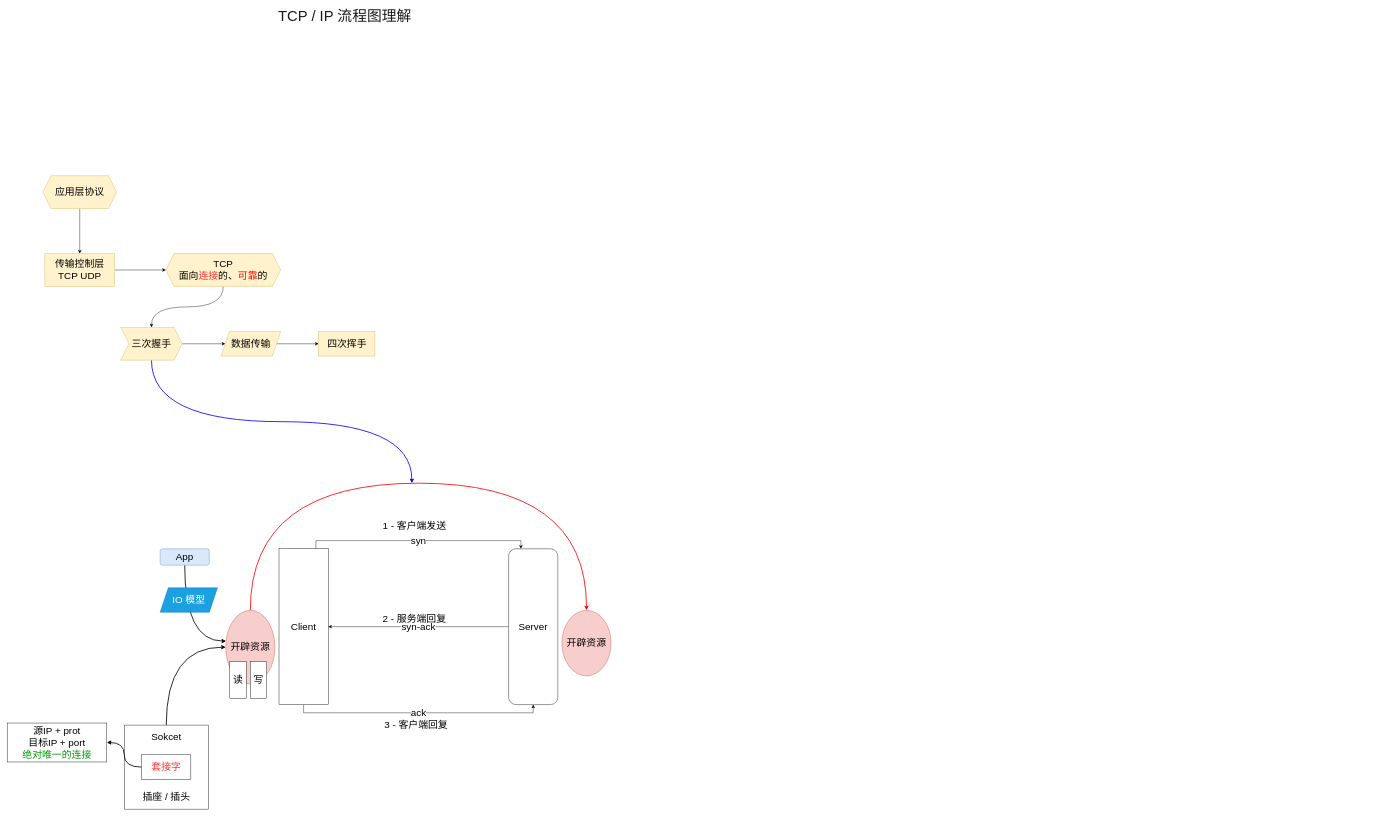
Before: 计算机网络/TPC、IP理解流程图.drawio in lynxlangya/diawio-folder, a draw.io diagram. Source tidied: cells renumbered, new cells numbered last; positions are measured from the earlier drawing's top-left corner, leaving out a move shared by most shapes. Both pictures are drawn from the tidied source at 41%, with x=0, y=0 at pixel (7, 9).
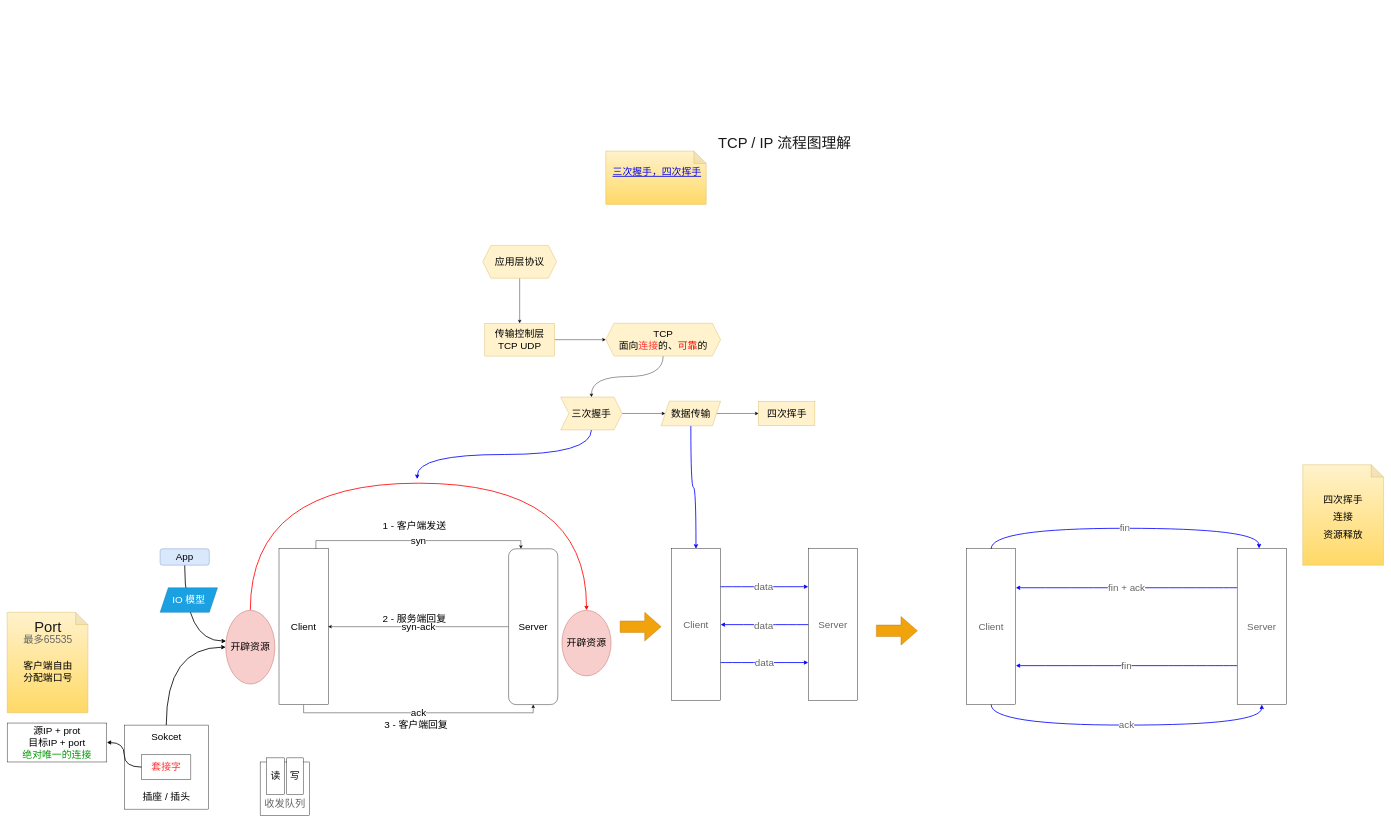
The same diagram, later.

Commit message:
更新TPC、IP理解流程图.drawio

The edit, as a diff of the source:
```diff
@@
     <mxCell id="14" value="应用层协议" style="shape=hexagon;perimeter=hexagonPerimeter2;whiteSpace=wrap;html=1;fixedSize=1;fontSize=24;fillColor=#fff2cc;strokeColor=#d6b656;" parent="1" vertex="1">
-      <mxGeometry x="87" y="405" width="180" height="80" as="geometry" />
+      <mxGeometry x="1160" y="575" width="180" height="80" as="geometry" />
     </mxCell>
@@
     <mxCell id="16" value="传输控制层&lt;br&gt;TCP UDP" style="whiteSpace=wrap;html=1;fontSize=24;strokeColor=#d6b656;fillColor=#fff2cc;" parent="1" vertex="1">
-      <mxGeometry x="92" y="595" width="170" height="80" as="geometry" />
+      <mxGeometry x="1165" y="765" width="170" height="80" as="geometry" />
     </mxCell>
@@
     <mxCell id="18" value="TCP&lt;br&gt;面向&lt;font color=&quot;#ff3333&quot;&gt;连接&lt;/font&gt;的、&lt;font color=&quot;#ff0000&quot;&gt;可靠&lt;/font&gt;的" style="shape=hexagon;perimeter=hexagonPerimeter2;whiteSpace=wrap;html=1;fixedSize=1;fontSize=24;strokeColor=#d6b656;fillColor=#fff2cc;" parent="1" vertex="1">
-      <mxGeometry x="387" y="595" width="280" height="80" as="geometry" />
+      <mxGeometry x="1460" y="765" width="280" height="80" as="geometry" />
     </mxCell>
@@
-    <mxCell id="20" style="edgeStyle=orthogonalEdgeStyle;curved=1;rounded=0;jettySize=auto;html=1;exitX=0.5;exitY=1;exitDx=0;exitDy=0;strokeColor=#0000FF;strokeWidth=2;" parent="1" edge="1" source="21">
-      <mxGeometry relative="1" as="geometry">
-        <mxPoint x="987" y="1155" as="targetPoint" />
-      </mxGeometry>
-    </mxCell>
+    <mxCell id="38" style="edgeStyle=orthogonalEdgeStyle;curved=1;rounded=0;jettySize=auto;html=1;exitX=0.5;exitY=1;exitDx=0;exitDy=0;fontSize=24;fontColor=#666666;strokeColor=#0000FF;strokeWidth=2;" parent="1" edge="1" source="21">
+      <mxGeometry relative="1" as="geometry">
+        <mxPoint x="1000" y="1145" as="targetPoint" />
+      </mxGeometry>
+    </mxCell>
     <mxCell id="21" value="三次握手" style="shape=step;perimeter=stepPerimeter;whiteSpace=wrap;html=1;fixedSize=1;fontSize=24;strokeColor=#d6b656;fillColor=#fff2cc;" parent="1" vertex="1">
-      <mxGeometry x="277" y="775" width="150" height="80" as="geometry" />
+      <mxGeometry x="1350" y="945" width="150" height="80" as="geometry" />
     </mxCell>
@@
+    <mxCell id="39" style="edgeStyle=orthogonalEdgeStyle;curved=1;rounded=0;jettySize=auto;html=1;exitX=0.5;exitY=1;exitDx=0;exitDy=0;fontSize=24;fontColor=#666666;strokeColor=#0000FF;strokeWidth=2;" parent="1" edge="1" source="23" target="56">
+      <mxGeometry relative="1" as="geometry" />
+    </mxCell>
     <mxCell id="23" value="数据传输" style="shape=parallelogram;perimeter=parallelogramPerimeter;whiteSpace=wrap;html=1;fixedSize=1;fontSize=24;strokeColor=#d6b656;fillColor=#fff2cc;" parent="1" vertex="1">
-      <mxGeometry x="522" y="785" width="145" height="60" as="geometry" />
+      <mxGeometry x="1595" y="955" width="145" height="60" as="geometry" />
     </mxCell>
     <mxCell id="24" value="四次挥手" style="whiteSpace=wrap;html=1;fontSize=24;strokeColor=#d6b656;fillColor=#fff2cc;" parent="1" vertex="1">
-      <mxGeometry x="759.5" y="785" width="137.5" height="60" as="geometry" />
+      <mxGeometry x="1832.5" y="955" width="137.5" height="60" as="geometry" />
     </mxCell>
@@
-    <mxCell id="27" value="读" style="rounded=0;whiteSpace=wrap;html=1;fontSize=24;" parent="1" vertex="1">
-      <mxGeometry x="543" y="1590" width="40" height="90" as="geometry" />
-    </mxCell>
-    <mxCell id="28" value="写" style="rounded=0;whiteSpace=wrap;html=1;fontSize=24;" parent="1" vertex="1">
-      <mxGeometry x="593" y="1590" width="40" height="90" as="geometry" />
-    </mxCell>
@@
     <mxCell id="37" value="&lt;font color=&quot;#1a1a1a&quot; style=&quot;font-size: 36px&quot;&gt;TCP / IP 流程图理解&lt;/font&gt;" style="text;html=1;align=center;verticalAlign=middle;strokeColor=none;fillColor=none;fontColor=#009900;" parent="1" vertex="1">
-      <mxGeometry x="653" width="340" height="30" as="geometry" />
+      <mxGeometry x="1726" y="310" width="340" height="30" as="geometry" />
     </mxCell>
+    <mxCell id="40" style="shape=note;whiteSpace=wrap;html=1;backgroundOutline=1;darkOpacity=0.05;fontSize=36;fillColor=#fff2cc;strokeColor=#d6b656;gradientColor=#ffd966;" parent="1" vertex="1">
+      <mxGeometry y="1470" width="197" height="245" as="geometry" />
+    </mxCell>
+    <mxCell id="41" value="Port" style="text;html=1;align=center;verticalAlign=middle;strokeColor=none;fillColor=none;fontSize=36;fontColor=#1A1A1A;" parent="1" vertex="1">
+      <mxGeometry x="58.5" y="1480" width="80" height="50" as="geometry" />
+    </mxCell>
+    <mxCell id="42" value="最多65535" style="text;html=1;align=center;verticalAlign=middle;strokeColor=none;fillColor=none;fontSize=25;fontColor=#666666;" parent="1" vertex="1">
+      <mxGeometry x="28.5" y="1515" width="140" height="40" as="geometry" />
+    </mxCell>
+    <mxCell id="43" style="rounded=0;whiteSpace=wrap;html=1;fontSize=25;fontColor=#666666;" parent="1" vertex="1">
+      <mxGeometry x="617" y="1835" width="120" height="130" as="geometry" />
+    </mxCell>
+    <mxCell id="44" value="收发队列" style="text;html=1;align=center;verticalAlign=middle;strokeColor=none;fillColor=none;fontSize=25;fontColor=#666666;sketch=0;shadow=0;rounded=0;" parent="1" vertex="1">
+      <mxGeometry x="617" y="1915" width="120" height="40" as="geometry" />
+    </mxCell>
+    <mxCell id="27" value="读" style="rounded=0;whiteSpace=wrap;html=1;fontSize=24;" parent="1" vertex="1">
+      <mxGeometry x="632" y="1825" width="45" height="90" as="geometry" />
+    </mxCell>
+    <mxCell id="28" value="写" style="rounded=0;whiteSpace=wrap;html=1;fontSize=24;" parent="1" vertex="1">
+      <mxGeometry x="682" y="1825" width="40" height="90" as="geometry" />
+    </mxCell>
+    <mxCell id="45" value="&lt;span style=&quot;color: rgb(0 , 0 , 0)&quot;&gt;客户端自由&lt;br&gt;分配端口号&lt;/span&gt;" style="text;html=1;align=center;verticalAlign=middle;strokeColor=none;fillColor=none;fontSize=24;fontColor=#666666;" parent="1" vertex="1">
+      <mxGeometry x="28.5" y="1585" width="140" height="60" as="geometry" />
+    </mxCell>
+    <mxCell id="46" value="&lt;font style=&quot;font-size: 24px&quot;&gt;四次挥手&lt;br&gt;连接&lt;br&gt;资源释放&lt;br&gt;&lt;/font&gt;" style="shape=note;whiteSpace=wrap;html=1;backgroundOutline=1;darkOpacity=0.05;fontSize=36;fillColor=#fff2cc;strokeColor=#d6b656;gradientColor=#ffd966;" parent="1" vertex="1">
+      <mxGeometry x="3160" y="1110" width="197" height="245" as="geometry" />
+    </mxCell>
+    <mxCell id="47" value="fin" style="edgeStyle=orthogonalEdgeStyle;curved=1;rounded=0;jettySize=auto;html=1;exitX=0.5;exitY=0;exitDx=0;exitDy=0;entryX=0.445;entryY=-0.002;entryDx=0;entryDy=0;entryPerimeter=0;fontSize=24;fontColor=#666666;strokeColor=#0000FF;strokeWidth=2;" parent="1" edge="1" source="49" target="52">
+      <mxGeometry relative="1" as="geometry">
+        <Array as="points">
+          <mxPoint x="2400" y="1265" />
+          <mxPoint x="3053" y="1265" />
+        </Array>
+      </mxGeometry>
+    </mxCell>
+    <mxCell id="48" value="ack" style="edgeStyle=orthogonalEdgeStyle;curved=1;rounded=0;jettySize=auto;html=1;exitX=0.5;exitY=1;exitDx=0;exitDy=0;entryX=0.5;entryY=1;entryDx=0;entryDy=0;fontSize=24;fontColor=#666666;strokeColor=#0000FF;strokeWidth=2;" parent="1" edge="1" source="49" target="52">
+      <mxGeometry relative="1" as="geometry">
+        <Array as="points">
+          <mxPoint x="2400" y="1745" />
+          <mxPoint x="3060" y="1745" />
+        </Array>
+      </mxGeometry>
+    </mxCell>
+    <mxCell id="49" value="Client" style="rounded=0;whiteSpace=wrap;html=1;shadow=0;sketch=0;fontSize=24;fontColor=#666666;fillColor=none;" parent="1" vertex="1">
+      <mxGeometry x="2340" y="1315" width="120" height="380" as="geometry" />
+    </mxCell>
+    <mxCell id="50" value="fin + ack" style="edgeStyle=orthogonalEdgeStyle;curved=1;rounded=0;jettySize=auto;html=1;exitX=0;exitY=0.25;exitDx=0;exitDy=0;entryX=1;entryY=0.25;entryDx=0;entryDy=0;fontSize=24;fontColor=#666666;strokeColor=#0000FF;strokeWidth=2;" parent="1" edge="1" source="52" target="49">
+      <mxGeometry relative="1" as="geometry" />
+    </mxCell>
+    <mxCell id="51" value="fin" style="edgeStyle=orthogonalEdgeStyle;curved=1;rounded=0;jettySize=auto;html=1;exitX=0;exitY=0.75;exitDx=0;exitDy=0;entryX=1;entryY=0.75;entryDx=0;entryDy=0;fontSize=24;fontColor=#666666;strokeColor=#0000FF;strokeWidth=2;" parent="1" edge="1" source="52" target="49">
+      <mxGeometry relative="1" as="geometry" />
+    </mxCell>
+    <mxCell id="52" value="Server" style="rounded=0;whiteSpace=wrap;html=1;shadow=0;sketch=0;fontSize=24;fontColor=#666666;fillColor=none;" parent="1" vertex="1">
+      <mxGeometry x="3000" y="1315" width="120" height="380" as="geometry" />
+    </mxCell>
+    <mxCell id="53" style="edgeStyle=orthogonalEdgeStyle;curved=1;rounded=0;jettySize=auto;html=1;exitX=1;exitY=0.25;exitDx=0;exitDy=0;entryX=0;entryY=0.25;entryDx=0;entryDy=0;fontSize=24;fontColor=#666666;strokeColor=#0000FF;strokeWidth=2;" parent="1" edge="1" source="56" target="59">
+      <mxGeometry relative="1" as="geometry" />
+    </mxCell>
+    <mxCell id="54" value="data" style="edgeLabel;html=1;align=center;verticalAlign=middle;fontSize=24;fontColor=#666666;" parent="53" vertex="1">
+      <mxGeometry x="-0.03" relative="1" as="geometry" />
+    </mxCell>
+    <mxCell id="55" value="data" style="edgeStyle=orthogonalEdgeStyle;curved=1;rounded=0;jettySize=auto;html=1;exitX=1;exitY=0.75;exitDx=0;exitDy=0;entryX=0;entryY=0.75;entryDx=0;entryDy=0;fontSize=24;fontColor=#666666;strokeColor=#0000FF;strokeWidth=2;" parent="1" edge="1" source="56" target="59">
+      <mxGeometry relative="1" as="geometry" />
+    </mxCell>
+    <mxCell id="56" value="Client" style="rounded=0;whiteSpace=wrap;html=1;shadow=0;sketch=0;fontSize=24;fontColor=#666666;fillColor=none;" parent="1" vertex="1">
+      <mxGeometry x="1620" y="1315" width="120" height="370" as="geometry" />
+    </mxCell>
+    <mxCell id="57" style="edgeStyle=orthogonalEdgeStyle;curved=1;rounded=0;jettySize=auto;html=1;exitX=0;exitY=0.5;exitDx=0;exitDy=0;entryX=1;entryY=0.5;entryDx=0;entryDy=0;fontSize=24;fontColor=#666666;strokeColor=#0000FF;strokeWidth=2;" parent="1" edge="1" source="59" target="56">
+      <mxGeometry relative="1" as="geometry" />
+    </mxCell>
+    <mxCell id="58" value="data" style="edgeLabel;html=1;align=center;verticalAlign=middle;fontSize=24;fontColor=#666666;" parent="57" vertex="1">
+      <mxGeometry x="0.03" y="1" relative="1" as="geometry" />
+    </mxCell>
+    <mxCell id="59" value="Server" style="rounded=0;whiteSpace=wrap;html=1;shadow=0;sketch=0;fontSize=24;fontColor=#666666;fillColor=none;" parent="1" vertex="1">
+      <mxGeometry x="1954" y="1315" width="120" height="370" as="geometry" />
+    </mxCell>
+    <mxCell id="60" style="html=1;shadow=0;dashed=0;align=center;verticalAlign=middle;shape=mxgraph.arrows2.arrow;dy=0.6;dx=40;notch=0;rounded=0;sketch=0;fontSize=24;fontColor=#000000;fillColor=#f0a30a;strokeColor=#BD7000;" parent="1" vertex="1">
+      <mxGeometry x="1495" y="1470" width="100" height="70" as="geometry" />
+    </mxCell>
+    <mxCell id="61" style="html=1;shadow=0;dashed=0;align=center;verticalAlign=middle;shape=mxgraph.arrows2.arrow;dy=0.6;dx=40;notch=0;rounded=0;sketch=0;fontSize=24;fontColor=#000000;fillColor=#f0a30a;strokeColor=#BD7000;" parent="1" vertex="1">
+      <mxGeometry x="2120" y="1480" width="100" height="70" as="geometry" />
+    </mxCell>
+    <mxCell id="62" style="shape=note;whiteSpace=wrap;html=1;backgroundOutline=1;darkOpacity=0.05;fontSize=36;fillColor=#fff2cc;strokeColor=#d6b656;gradientColor=#ffd966;" parent="1" vertex="1">
+      <mxGeometry x="1460" y="345" width="245" height="130" as="geometry" />
+    </mxCell>
+    <mxCell id="63" value="&lt;a href=&quot;https://zhuanlan.zhihu.com/p/53374516&quot;&gt;三次握手，四次挥手&lt;/a&gt;" style="text;whiteSpace=wrap;html=1;fontSize=24;fontColor=#666666;" parent="1" vertex="1">
+      <mxGeometry x="1475" y="375" width="230" height="50" as="geometry" />
+    </mxCell>
```
